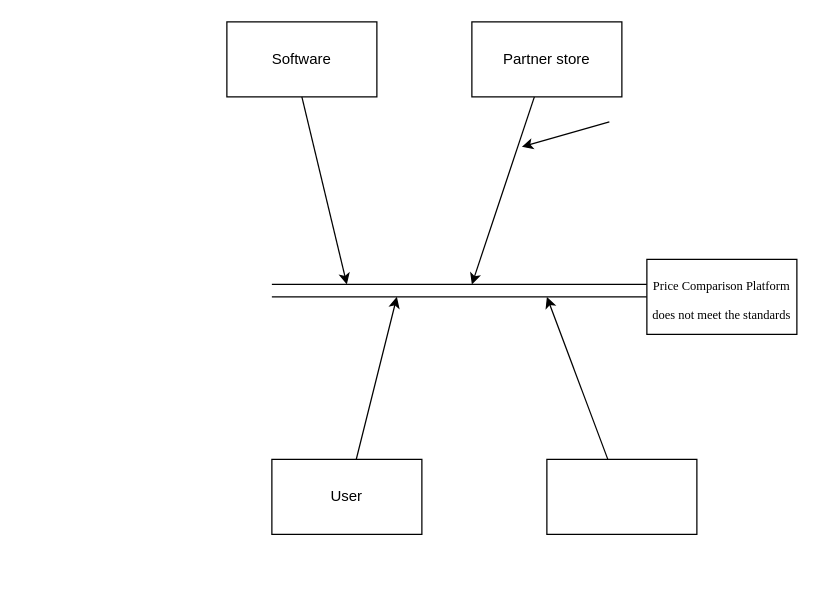
Before: Untitled Diagram.drawio in HongjiaZhao/test, a draw.io diagram. Source tidied: cells renumbered, new cells numbered last; positions are measured from the earlier drawing's top-left corner, leaving out a move shared by most shapes. Both pictures are drawn from the tidied source at 125%, with x=0, y=0 at pixel (226, 21).
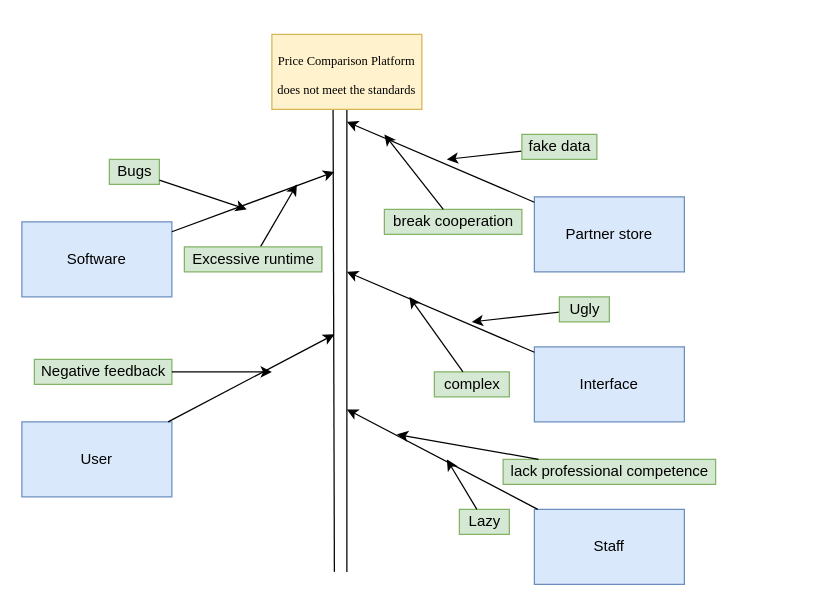
After the change.

Diff of the diagram source:
```diff
@@
-    <mxCell id="2" style="endArrow=none;html=1;" parent="1" edge="1">
+    <mxCell id="2" style="endArrow=none;html=1;entryX=0.408;entryY=1;entryDx=0;entryDy=0;entryPerimeter=0;" parent="1" edge="1" target="4">
       <mxGeometry relative="1" as="geometry">
-        <mxPoint x="36" y="210" as="sourcePoint" />
-        <mxPoint x="336" y="210" as="targetPoint" />
+        <mxPoint x="86" y="440" as="sourcePoint" />
       </mxGeometry>
     </mxCell>
-    <mxCell id="3" style="endArrow=none;html=1;" parent="1" edge="1">
+    <mxCell id="3" style="endArrow=none;html=1;entryX=0.5;entryY=1;entryDx=0;entryDy=0;" parent="1" edge="1" target="4">
       <mxGeometry relative="1" as="geometry">
-        <mxPoint x="36" y="220" as="sourcePoint" />
-        <mxPoint x="336" y="220" as="targetPoint" />
+        <mxPoint x="96" y="440" as="sourcePoint" />
       </mxGeometry>
     </mxCell>
-    <mxCell id="4" value="&lt;span style=&quot;font-size: 14pt ; font-family: &amp;#34;times new roman&amp;#34; ; color: rgb(0 , 0 , 0) ; background-color: transparent ; font-weight: 400 ; font-style: normal ; font-variant: normal ; text-decoration: none ; vertical-align: baseline&quot; id=&quot;docs-internal-guid-bca79f95-7fff-82d4-3fcc-3744a26b37c7&quot;&gt;&lt;font style=&quot;font-size: 10px&quot;&gt;Price Comparison Platform does not meet the standards&lt;/font&gt;&lt;br&gt;&lt;/span&gt;" style="rounded=0;whiteSpace=wrap;html=1;" parent="1" vertex="1">
-      <mxGeometry x="336" y="190" width="120" height="60" as="geometry" />
+    <mxCell id="4" value="&lt;span style=&quot;font-size: 14pt ; font-family: &amp;#34;times new roman&amp;#34; ; color: rgb(0 , 0 , 0) ; background-color: transparent ; font-weight: 400 ; font-style: normal ; font-variant: normal ; text-decoration: none ; vertical-align: baseline&quot; id=&quot;docs-internal-guid-bca79f95-7fff-82d4-3fcc-3744a26b37c7&quot;&gt;&lt;font style=&quot;font-size: 10px&quot;&gt;Price Comparison Platform does not meet the standards&lt;/font&gt;&lt;br&gt;&lt;/span&gt;" style="rounded=0;whiteSpace=wrap;html=1;fillColor=#fff2cc;strokeColor=#d6b656;" parent="1" vertex="1">
+      <mxGeometry x="36" y="10" width="120" height="60" as="geometry" />
     </mxCell>
-    <mxCell id="5" value="User" style="rounded=0;whiteSpace=wrap;html=1;" parent="1" vertex="1">
-      <mxGeometry x="36" y="350" width="120" height="60" as="geometry" />
+    <mxCell id="5" value="User" style="rounded=0;whiteSpace=wrap;html=1;fillColor=#dae8fc;strokeColor=#6c8ebf;" parent="1" vertex="1">
+      <mxGeometry x="-164" y="320" width="120" height="60" as="geometry" />
     </mxCell>
-    <mxCell id="6" value="Software" style="rounded=0;whiteSpace=wrap;html=1;" parent="1" vertex="1">
-      <mxGeometry width="120" height="60" as="geometry" />
+    <mxCell id="6" value="Software" style="rounded=0;whiteSpace=wrap;html=1;fillColor=#dae8fc;strokeColor=#6c8ebf;" parent="1" vertex="1">
+      <mxGeometry x="-164" y="160" width="120" height="60" as="geometry" />
     </mxCell>
-    <mxCell id="7" value="&lt;span class=&quot;VIiyi&quot; lang=&quot;en&quot;&gt;&lt;span class=&quot;JLqJ4b ChMk0b&quot;&gt;&lt;span class=&quot;Q4iAWc&quot;&gt;Partner store&lt;/span&gt;&lt;/span&gt;&lt;/span&gt;" style="rounded=0;whiteSpace=wrap;html=1;" parent="1" vertex="1">
-      <mxGeometry x="196" width="120" height="60" as="geometry" />
+    <mxCell id="7" value="&lt;span class=&quot;VIiyi&quot; lang=&quot;en&quot;&gt;&lt;span class=&quot;JLqJ4b ChMk0b&quot;&gt;&lt;span class=&quot;Q4iAWc&quot;&gt;Partner store&lt;/span&gt;&lt;/span&gt;&lt;/span&gt;" style="rounded=0;whiteSpace=wrap;html=1;fillColor=#dae8fc;strokeColor=#6c8ebf;" parent="1" vertex="1">
+      <mxGeometry x="246" y="140" width="120" height="60" as="geometry" />
     </mxCell>
-    <mxCell id="8" style="endArrow=classic;html=1;exitX=0.5;exitY=1;exitDx=0;exitDy=0;" parent="1" edge="1" source="6">
+    <mxCell id="8" style="endArrow=classic;html=1;" parent="1" edge="1" source="6">
       <mxGeometry relative="1" as="geometry">
-        <mxPoint x="96" y="210" as="targetPoint" />
+        <mxPoint x="86" y="120" as="targetPoint" />
       </mxGeometry>
     </mxCell>
     <mxCell id="9" style="endArrow=classic;html=1;" parent="1" edge="1" source="7">
       <mxGeometry relative="1" as="geometry">
-        <mxPoint x="196" y="210" as="targetPoint" />
+        <mxPoint x="96" y="80" as="targetPoint" />
       </mxGeometry>
     </mxCell>
     <mxCell id="10" style="endArrow=classic;html=1;" parent="1" edge="1" source="5">
       <mxGeometry relative="1" as="geometry">
-        <mxPoint x="136" y="220" as="targetPoint" />
+        <mxPoint x="86" y="250" as="targetPoint" />
       </mxGeometry>
     </mxCell>
-    <mxCell id="11" style="rounded=0;whiteSpace=wrap;html=1;" parent="1" vertex="1">
-      <mxGeometry x="256" y="350" width="120" height="60" as="geometry" />
+    <mxCell id="11" value="Interface" style="rounded=0;whiteSpace=wrap;html=1;direction=west;fillColor=#dae8fc;strokeColor=#6c8ebf;" parent="1" vertex="1">
+      <mxGeometry x="246" y="260" width="120" height="60" as="geometry" />
     </mxCell>
     <mxCell id="12" style="endArrow=classic;html=1;" parent="1" edge="1" source="11">
       <mxGeometry relative="1" as="geometry">
-        <mxPoint x="256" y="220" as="targetPoint" />
+        <mxPoint x="96" y="200" as="targetPoint" />
       </mxGeometry>
     </mxCell>
-    <mxCell id="13" style="endArrow=classic;html=1;" parent="1" edge="1">
+    <mxCell id="13" style="endArrow=classic;html=1;" parent="1" edge="1" source="14">
       <mxGeometry relative="1" as="geometry">
-        <mxPoint x="306" y="80" as="sourcePoint" />
-        <mxPoint x="236" y="100" as="targetPoint" />
+        <mxPoint x="176" y="110" as="targetPoint" />
       </mxGeometry>
     </mxCell>
+    <mxCell id="14" value="&lt;span class=&quot;VIiyi&quot; lang=&quot;en&quot;&gt;&lt;span class=&quot;JLqJ4b ChMk0b&quot;&gt;&lt;span class=&quot;Q4iAWc&quot;&gt;fake data&lt;/span&gt;&lt;/span&gt;&lt;/span&gt;" style="text;html=1;align=center;verticalAlign=middle;points=[];strokeColor=#82b366;fillColor=#d5e8d4;" parent="1" vertex="1">
+      <mxGeometry x="236" y="90" width="60" height="20" as="geometry" />
+    </mxCell>
+    <mxCell id="15" style="endArrow=classic;html=1;rounded=0;" parent="1" edge="1" source="16">
+      <mxGeometry relative="1" as="geometry">
+        <mxPoint x="56" y="130" as="targetPoint" />
+      </mxGeometry>
+    </mxCell>
+    <mxCell id="16" value="&lt;span class=&quot;VIiyi&quot; lang=&quot;en&quot;&gt;&lt;span class=&quot;JLqJ4b ChMk0b&quot;&gt;&lt;span class=&quot;Q4iAWc&quot;&gt;Excessive runtime&lt;/span&gt;&lt;/span&gt;&lt;/span&gt;" style="text;html=1;align=center;verticalAlign=middle;points=[];strokeColor=#82b366;fillColor=#d5e8d4;" parent="1" vertex="1">
+      <mxGeometry x="-34" y="180" width="110" height="20" as="geometry" />
+    </mxCell>
+    <mxCell id="17" value="Bugs" style="text;html=1;align=center;verticalAlign=middle;points=[];strokeColor=#82b366;fillColor=#d5e8d4;" parent="1" vertex="1">
+      <mxGeometry x="-94" y="110" width="40" height="20" as="geometry" />
+    </mxCell>
+    <mxCell id="18" style="endArrow=classic;html=1;rounded=0;" parent="1" edge="1" source="17">
+      <mxGeometry relative="1" as="geometry">
+        <mxPoint x="16" y="150" as="targetPoint" />
+      </mxGeometry>
+    </mxCell>
+    <mxCell id="19" value="&lt;span class=&quot;VIiyi&quot; lang=&quot;en&quot;&gt;&lt;span class=&quot;JLqJ4b ChMk0b&quot;&gt;&lt;span class=&quot;Q4iAWc&quot;&gt;break cooperation&lt;/span&gt;&lt;/span&gt;&lt;/span&gt;" style="text;html=1;align=center;verticalAlign=middle;points=[];strokeColor=#82b366;fillColor=#d5e8d4;" parent="1" vertex="1">
+      <mxGeometry x="126" y="150" width="110" height="20" as="geometry" />
+    </mxCell>
+    <mxCell id="20" style="endArrow=classic;html=1;rounded=0;" parent="1" edge="1" source="19">
+      <mxGeometry relative="1" as="geometry">
+        <mxPoint x="126" y="90" as="targetPoint" />
+      </mxGeometry>
+    </mxCell>
+    <mxCell id="21" value="&lt;span class=&quot;VIiyi&quot; lang=&quot;en&quot;&gt;&lt;span class=&quot;JLqJ4b ChMk0b&quot;&gt;&lt;span class=&quot;Q4iAWc&quot;&gt;Negative feedback&lt;/span&gt;&lt;/span&gt;&lt;/span&gt;" style="text;html=1;align=center;verticalAlign=middle;points=[];strokeColor=#82b366;fillColor=#d5e8d4;" parent="1" vertex="1">
+      <mxGeometry x="-154" y="270" width="110" height="20" as="geometry" />
+    </mxCell>
+    <mxCell id="22" style="endArrow=classic;html=1;rounded=0;" parent="1" edge="1" source="21">
+      <mxGeometry relative="1" as="geometry">
+        <mxPoint x="36" y="280" as="targetPoint" />
+      </mxGeometry>
+    </mxCell>
+    <mxCell id="23" style="endArrow=classic;html=1;rounded=0;" parent="1" edge="1" source="24">
+      <mxGeometry relative="1" as="geometry">
+        <mxPoint x="196" y="240" as="targetPoint" />
+      </mxGeometry>
+    </mxCell>
+    <mxCell id="24" value="Ugly" style="text;html=1;align=center;verticalAlign=middle;points=[];strokeColor=#82b366;fillColor=#d5e8d4;" parent="1" vertex="1">
+      <mxGeometry x="266" y="220" width="40" height="20" as="geometry" />
+    </mxCell>
+    <mxCell id="25" value="&lt;span class=&quot;VIiyi&quot; lang=&quot;en&quot;&gt;&lt;span class=&quot;JLqJ4b ChMk0b&quot;&gt;&lt;span class=&quot;Q4iAWc&quot;&gt;complex&lt;/span&gt;&lt;/span&gt;&lt;/span&gt;" style="text;html=1;align=center;verticalAlign=middle;points=[];strokeColor=#82b366;fillColor=#d5e8d4;" parent="1" vertex="1">
+      <mxGeometry x="166" y="280" width="60" height="20" as="geometry" />
+    </mxCell>
+    <mxCell id="26" style="endArrow=classic;html=1;rounded=0;" parent="1" edge="1" source="25">
+      <mxGeometry relative="1" as="geometry">
+        <mxPoint x="146" y="220" as="targetPoint" />
+      </mxGeometry>
+    </mxCell>
+    <mxCell id="27" value="Staff" style="rounded=0;whiteSpace=wrap;html=1;fillColor=#dae8fc;strokeColor=#6c8ebf;" parent="1" vertex="1">
+      <mxGeometry x="246" y="390" width="120" height="60" as="geometry" />
+    </mxCell>
+    <mxCell id="28" style="endArrow=classic;html=1;rounded=0;" parent="1" edge="1" source="27">
+      <mxGeometry relative="1" as="geometry">
+        <mxPoint x="96" y="310" as="targetPoint" />
+      </mxGeometry>
+    </mxCell>
+    <mxCell id="29" value="&lt;span class=&quot;VIiyi&quot; lang=&quot;en&quot;&gt;&lt;span class=&quot;JLqJ4b ChMk0b&quot;&gt;&lt;span class=&quot;Q4iAWc&quot;&gt;lack professional competence&lt;/span&gt;&lt;/span&gt;&lt;/span&gt;" style="text;html=1;align=center;verticalAlign=middle;points=[];strokeColor=#82b366;fillColor=#d5e8d4;" parent="1" vertex="1">
+      <mxGeometry x="221" y="350" width="170" height="20" as="geometry" />
+    </mxCell>
+    <mxCell id="30" style="endArrow=classic;html=1;rounded=0;" parent="1" edge="1" source="29">
+      <mxGeometry relative="1" as="geometry">
+        <mxPoint x="136" y="330" as="targetPoint" />
+      </mxGeometry>
+    </mxCell>
+    <mxCell id="31" value="Lazy" style="text;html=1;align=center;verticalAlign=middle;points=[];strokeColor=#82b366;fillColor=#d5e8d4;" parent="1" vertex="1">
+      <mxGeometry x="186" y="390" width="40" height="20" as="geometry" />
+    </mxCell>
+    <mxCell id="32" style="endArrow=classic;html=1;rounded=0;" parent="1" edge="1" source="31">
+      <mxGeometry relative="1" as="geometry">
+        <mxPoint x="176" y="350" as="targetPoint" />
+      </mxGeometry>
+    </mxCell>
```
